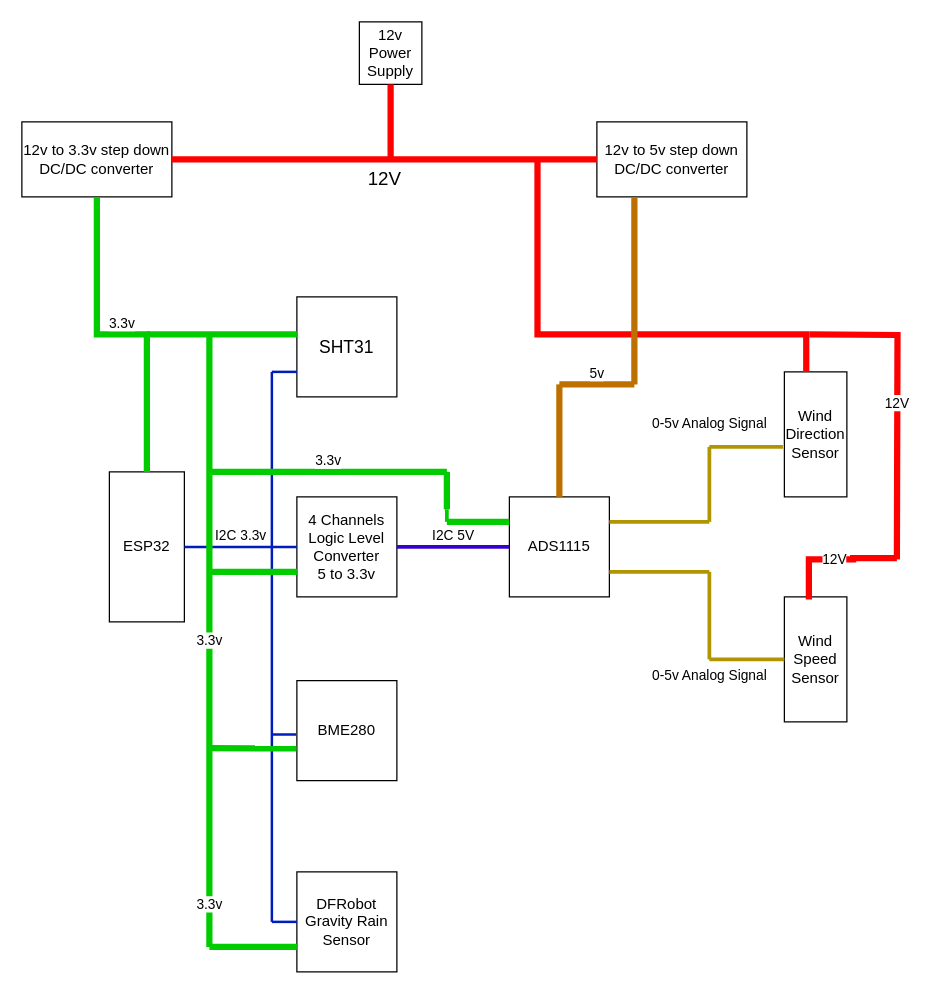
Earlier version of the draw.io diagram docs/weather_station_block_diagram.drawio (br4593/WeatherStation_ThingSpeak). Source tidied: cells renumbered, new cells numbered last; positions are measured from the earlier drawing's top-left corner, leaving out a move shared by most shapes. Both pictures are drawn from the tidied source at 125%, with x=0, y=0 at pixel (21, 21).
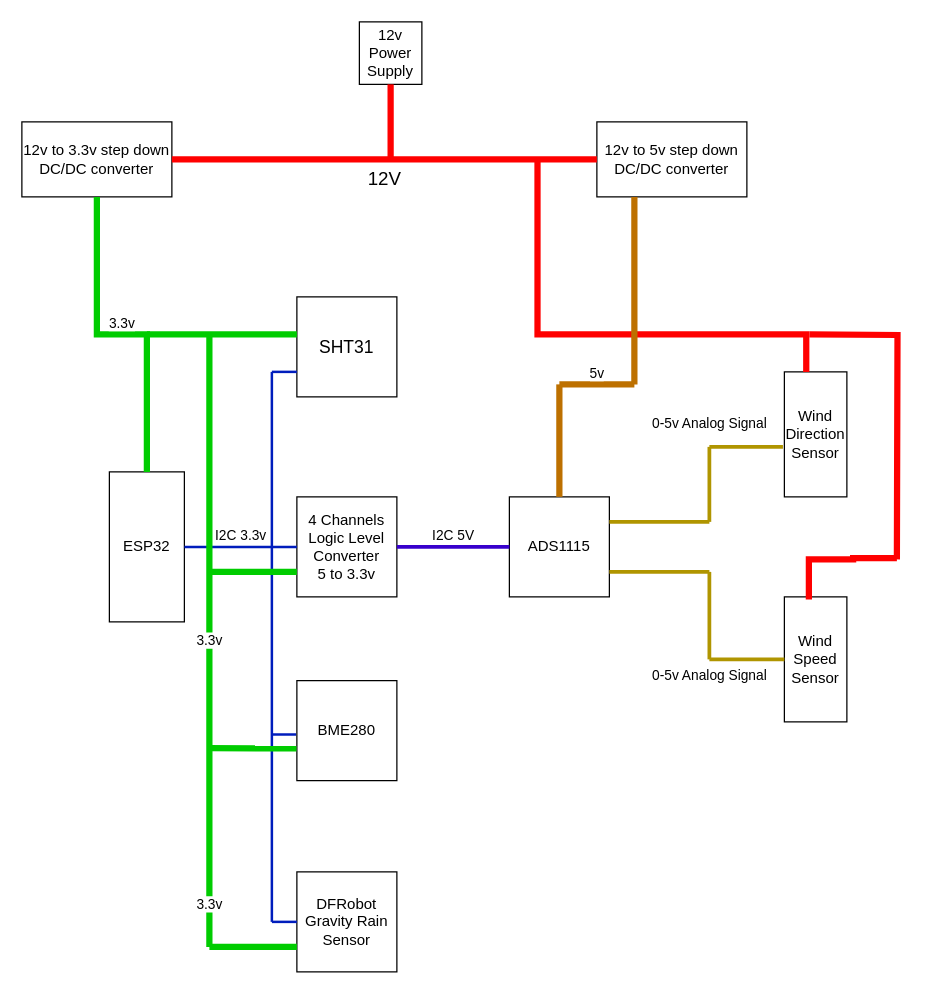
The same page after the edit.

Commit message (it also covers changes not shown here):
Updated block diagram

Unchanged cells that the change refers to:
```xml
<mxCell id="3" value="ADS1115" style="whiteSpace=wrap;html=1;fontFamily=Helvetica;fontStyle=0;" parent="1" vertex="1">
  <mxGeometry x="390" y="380" width="80" height="80" as="geometry" />
</mxCell>
<mxCell id="5" value="Wind Speed&lt;br&gt;Sensor" style="rounded=0;whiteSpace=wrap;html=1;direction=south;fontFamily=Helvetica;fontStyle=0;" parent="1" vertex="1">
  <mxGeometry x="610" y="460" width="50" height="100" as="geometry" />
</mxCell>
```

Diff of the diagram source:
```diff
@@
-    <mxCell id="30" value="12V" style="endArrow=none;html=1;rounded=0;fillColor=#e51400;strokeColor=#FF0000;strokeWidth=5;edgeStyle=orthogonalEdgeStyle;fontFamily=Helvetica;fontStyle=0;" parent="1" edge="1">
+    <mxCell id="30" style="endArrow=none;html=1;rounded=0;fillColor=#e51400;strokeColor=#FF0000;strokeWidth=5;edgeStyle=orthogonalEdgeStyle;fontFamily=Helvetica;fontStyle=0;" parent="1" edge="1">
       <mxGeometry relative="1" as="geometry">
         <mxPoint x="630" y="250" as="sourcePoint" />
         <mxPoint x="700" y="430" as="targetPoint" />
       </mxGeometry>
     </mxCell>
-    <mxCell id="31" value="12V" style="endArrow=none;html=1;rounded=0;strokeWidth=5;strokeColor=#FF0000;edgeStyle=orthogonalEdgeStyle;exitX=0.021;exitY=0.608;exitDx=0;exitDy=0;exitPerimeter=0;fontFamily=Helvetica;fontStyle=0;" parent="1" edge="1" source="5">
+    <mxCell id="31" style="endArrow=none;html=1;rounded=0;strokeWidth=5;strokeColor=#FF0000;edgeStyle=orthogonalEdgeStyle;exitX=0.021;exitY=0.608;exitDx=0;exitDy=0;exitPerimeter=0;fontFamily=Helvetica;fontStyle=0;" parent="1" edge="1" source="5">
       <mxGeometry relative="1" as="geometry">
         <mxPoint x="700" y="429" as="targetPoint" />
         <Array as="points">
           <mxPoint x="630" y="430" />
           <mxPoint x="665" y="430" />
         </Array>
       </mxGeometry>
     </mxCell>
@@
-    <mxCell id="39" value="3.3v" style="endArrow=none;html=1;rounded=0;strokeWidth=5;strokeColor=#00CC00;fontFamily=Helvetica;fontStyle=0;labelPosition=center;verticalLabelPosition=top;align=center;verticalAlign=bottom;" parent="1" edge="1">
-      <mxGeometry relative="1" as="geometry">
-        <mxPoint x="150" y="360" as="sourcePoint" />
-        <mxPoint x="340" y="360" as="targetPoint" />
-      </mxGeometry>
-    </mxCell>
-    <mxCell id="40" style="endArrow=none;html=1;rounded=0;strokeWidth=5;strokeColor=#00CC00;fontFamily=Helvetica;fontStyle=0;" parent="1" edge="1">
-      <mxGeometry relative="1" as="geometry">
-        <mxPoint x="340" y="390" as="sourcePoint" />
-        <mxPoint x="340" y="360" as="targetPoint" />
-      </mxGeometry>
-    </mxCell>
-    <mxCell id="41" style="endArrow=none;html=1;rounded=0;entryX=0;entryY=0.25;entryDx=0;entryDy=0;strokeWidth=5;strokeColor=#00CC00;fontFamily=Helvetica;fontStyle=0;" parent="1" edge="1" target="3">
-      <mxGeometry relative="1" as="geometry">
-        <mxPoint x="340" y="400" as="sourcePoint" />
-      </mxGeometry>
-    </mxCell>
-    <mxCell id="42" style="endArrow=none;html=1;rounded=0;strokeWidth=3;strokeColor=#00CC00;fontFamily=Helvetica;fontStyle=0;" parent="1" edge="1">
-      <mxGeometry relative="1" as="geometry">
-        <mxPoint x="340" y="400" as="sourcePoint" />
-        <mxPoint x="340" y="390" as="targetPoint" />
-      </mxGeometry>
-    </mxCell>
```
